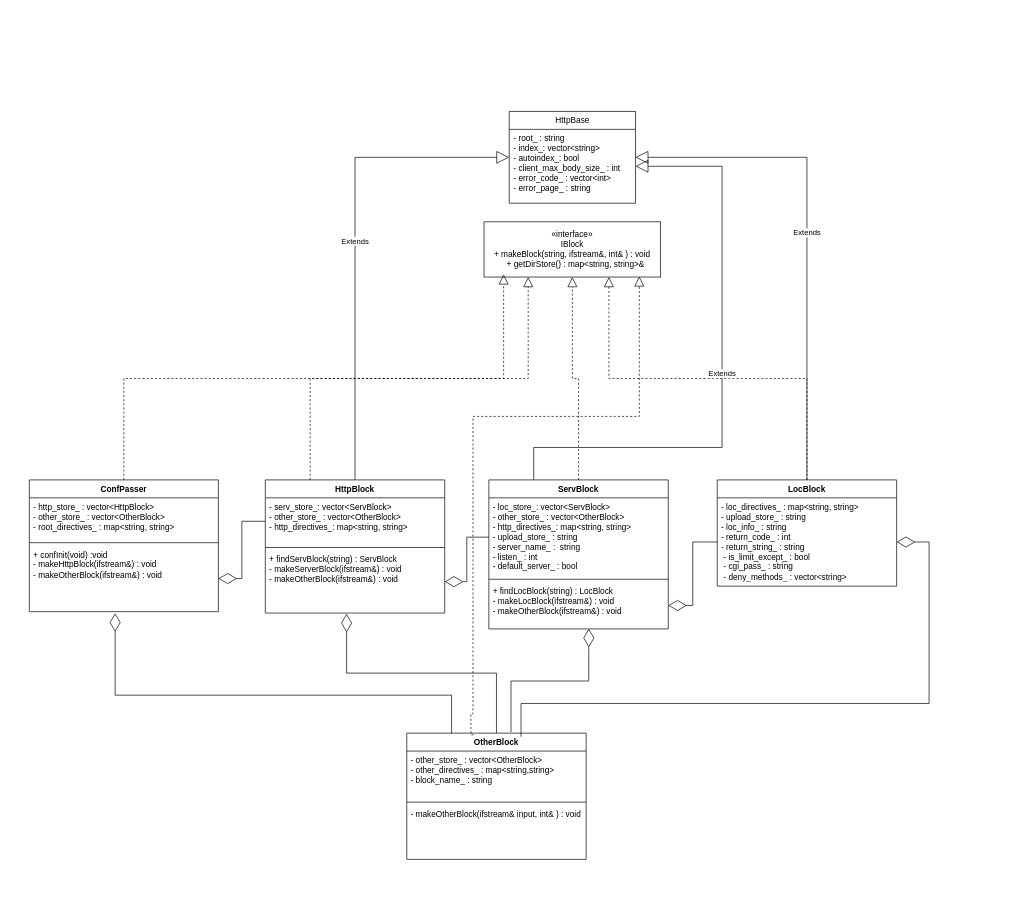
Above: webserv.drawio in Hawardshin/Webserve (draw.io), before the change. Source tidied: cells renumbered, new cells numbered last; positions are measured from the earlier drawing's top-left corner, leaving out a move shared by most shapes. Both pictures are drawn from the tidied source at 69%, with x=0, y=0 at pixel (29, 111).
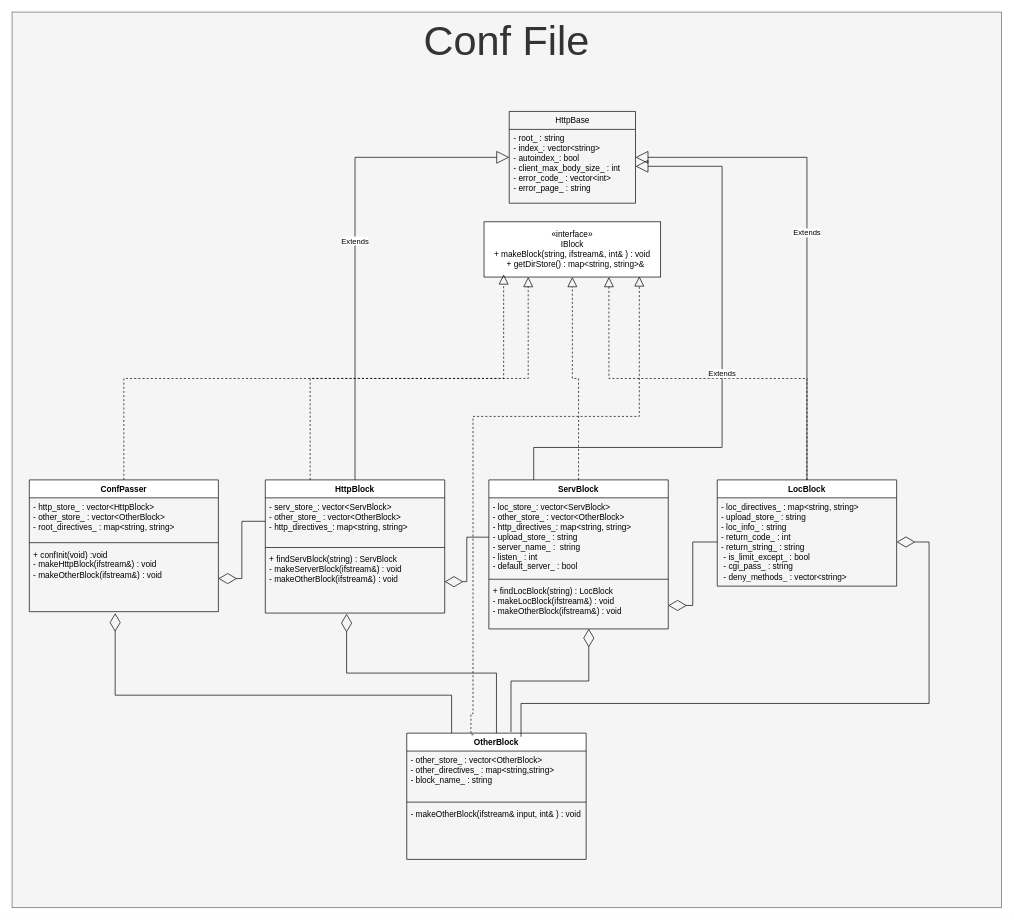
The same page after the edit.

Diff of the diagram source:
```diff
@@
-<mxGraphModel>
+<mxGraphModel background="#ffffff">
@@
+    <mxCell id="38" value="&lt;font style=&quot;font-size: 60px;&quot;&gt;&lt;font style=&quot;font-size: 60px;&quot;&gt;Conf&amp;nbsp;&lt;/font&gt;File&lt;/font&gt;" style="rounded=0;whiteSpace=wrap;html=1;fillColor=#f5f5f5;fontColor=#333333;strokeColor=#666666;verticalAlign=top;" parent="1" vertex="1">
+      <mxGeometry x="-25" y="-144" width="1434" height="1298" as="geometry" />
+    </mxCell>
```
